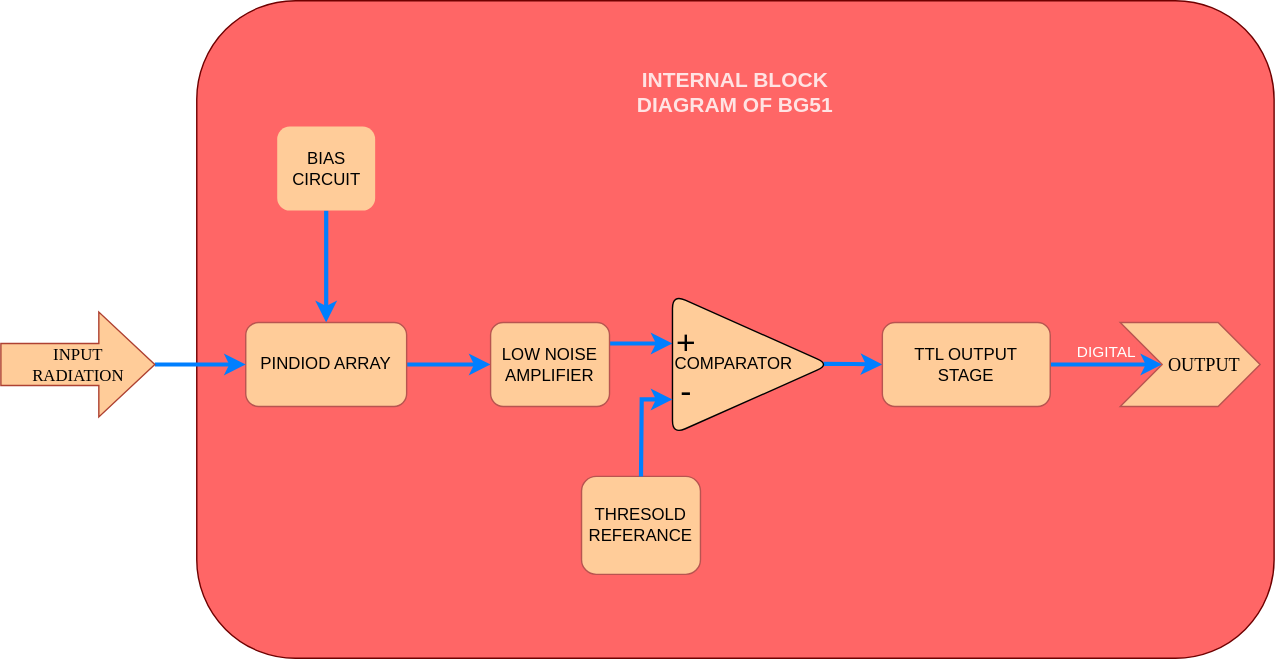
The draw.io diagram internal FBD.svg in vaishakh-v/NIRAMM, before a commit. Source tidied: cells renumbered, new cells last; positions are measured from the earlier drawing's top-left corner, leaving out a move shared by most shapes.
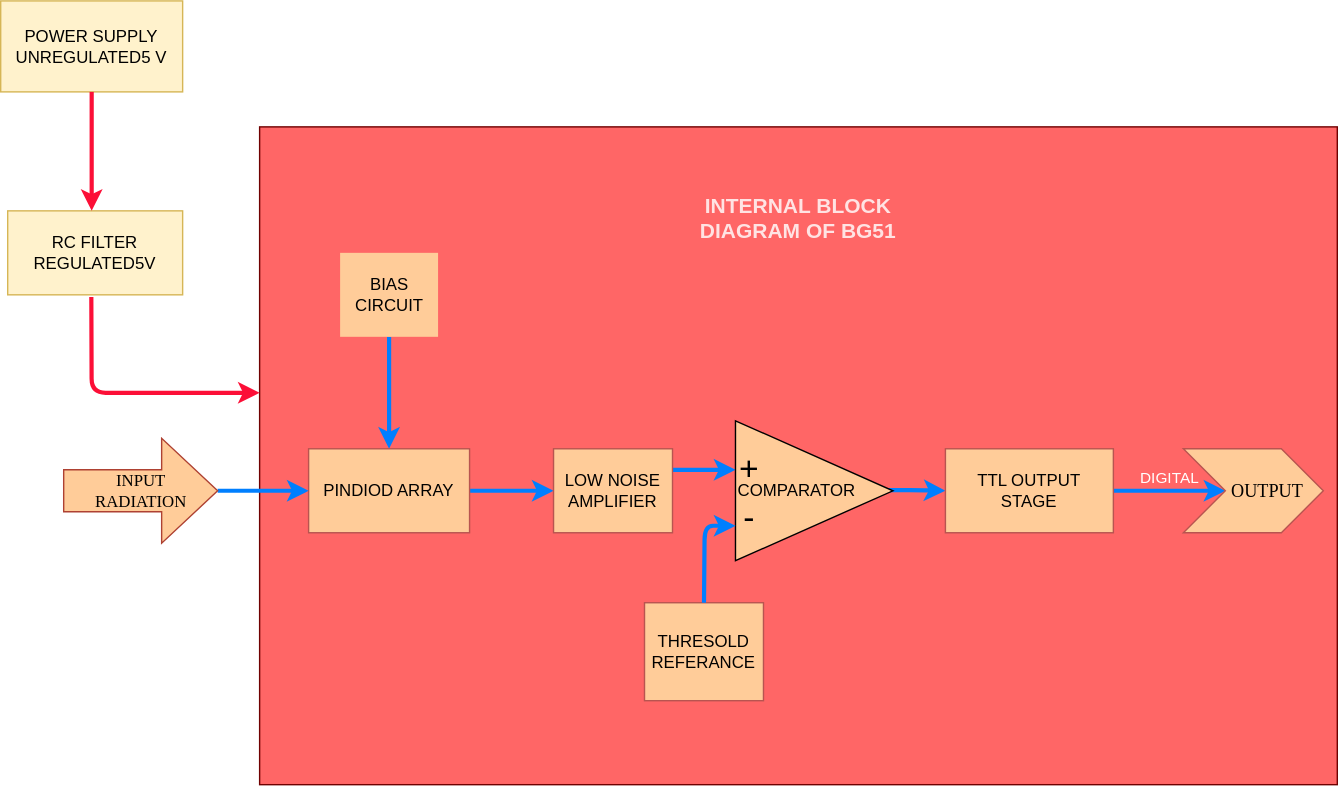
Later version of the same file.

What changed in the source:
```diff
@@ -2,66 +2,88 @@
   <root>
     <mxCell id="0" />
     <mxCell id="1" parent="0" />
-    <mxCell id="2" style="rounded=1;whiteSpace=wrap;html=1;strokeColor=#6F0000;fontColor=#ffffff;fontFamily=Times New Roman;fontSize=12;fillColor=#FF6666;" parent="1" vertex="1">
+    <mxCell id="2" style="whiteSpace=wrap;html=1;strokeColor=#6F0000;fontColor=#ffffff;fontFamily=Times New Roman;fontSize=12;fillColor=#FF6666;" parent="1" vertex="1">
       <mxGeometry x="140" width="770" height="470" as="geometry" />
     </mxCell>
-    <mxCell id="3" style="edgeStyle=orthogonalEdgeStyle;jettySize=auto;html=1;rounded=0;fillColor=#33FF33;strokeWidth=3;strokeColor=#007FFF;" parent="1" edge="1" source="4" target="6">
+    <mxCell id="3" style="edgeStyle=orthogonalEdgeStyle;jettySize=auto;html=1;fillColor=#33FF33;strokeWidth=3;strokeColor=#007FFF;" parent="1" edge="1" source="4" target="6">
       <mxGeometry relative="1" as="geometry" />
     </mxCell>
-    <mxCell id="4" value="BIAS CIRCUIT" style="rounded=1;whiteSpace=wrap;html=1;strokeColor=none;fillColor=#FFCC99;" parent="1" vertex="1">
+    <mxCell id="4" value="BIAS CIRCUIT" style="whiteSpace=wrap;html=1;strokeColor=none;fillColor=#FFCC99;" parent="1" vertex="1">
       <mxGeometry x="197.5" y="90" width="70" height="60" as="geometry" />
     </mxCell>
-    <mxCell id="5" style="edgeStyle=orthogonalEdgeStyle;jettySize=auto;html=1;strokeWidth=3;rounded=0;strokeColor=#007FFF;" parent="1" edge="1" source="6" target="8">
+    <mxCell id="5" style="edgeStyle=orthogonalEdgeStyle;jettySize=auto;html=1;strokeWidth=3;strokeColor=#007FFF;" parent="1" edge="1" source="6" target="8">
       <mxGeometry relative="1" as="geometry" />
     </mxCell>
-    <mxCell id="6" value="PINDIOD ARRAY" style="whiteSpace=wrap;html=1;rounded=1;strokeColor=#b85450;fillColor=#FFCC99;" parent="1" vertex="1">
+    <mxCell id="6" value="PINDIOD ARRAY" style="whiteSpace=wrap;html=1;strokeColor=#b85450;fillColor=#FFCC99;" parent="1" vertex="1">
       <mxGeometry x="175" y="230" width="115" height="60" as="geometry" />
     </mxCell>
-    <mxCell id="7" style="edgeStyle=orthogonalEdgeStyle;rounded=0;jettySize=auto;html=1;exitX=1;exitY=0.25;exitDx=0;exitDy=0;entryX=0;entryY=0.5;entryDx=0;entryDy=0;fontSize=15;fontColor=#000000;strokeWidth=3;fillColor=#33FF33;strokeColor=#007FFF;" parent="1" edge="1" source="8" target="16">
+    <mxCell id="7" style="edgeStyle=orthogonalEdgeStyle;jettySize=auto;html=1;exitX=1;exitY=0.25;exitDx=0;exitDy=0;entryX=0;entryY=0.5;entryDx=0;entryDy=0;fontSize=15;fontColor=#000000;strokeWidth=3;fillColor=#33FF33;strokeColor=#007FFF;" parent="1" edge="1" source="8" target="16">
       <mxGeometry relative="1" as="geometry" />
     </mxCell>
-    <mxCell id="8" value="LOW NOISE AMPLIFIER" style="whiteSpace=wrap;html=1;rounded=1;strokeColor=#b85450;fillColor=#FFCC99;" parent="1" vertex="1">
+    <mxCell id="8" value="LOW NOISE AMPLIFIER" style="whiteSpace=wrap;html=1;strokeColor=#b85450;fillColor=#FFCC99;" parent="1" vertex="1">
       <mxGeometry x="350" y="230" width="85" height="60" as="geometry" />
     </mxCell>
-    <mxCell id="9" style="edgeStyle=orthogonalEdgeStyle;jettySize=auto;html=1;strokeWidth=3;fillColor=#33FF33;exitX=0.959;exitY=0.496;exitDx=0;exitDy=0;exitPerimeter=0;rounded=0;strokeColor=#007FFF;" parent="1" edge="1" source="10" target="14">
+    <mxCell id="9" style="edgeStyle=orthogonalEdgeStyle;jettySize=auto;html=1;strokeWidth=3;fillColor=#33FF33;exitX=0.959;exitY=0.496;exitDx=0;exitDy=0;exitPerimeter=0;strokeColor=#007FFF;" parent="1" edge="1" source="10" target="14">
       <mxGeometry relative="1" as="geometry" />
     </mxCell>
-    <mxCell id="10" value="COMPARATOR" style="triangle;whiteSpace=wrap;html=1;rounded=1;align=left;fillColor=#FFCC99;" parent="1" vertex="1">
+    <mxCell id="10" value="COMPARATOR" style="triangle;whiteSpace=wrap;html=1;align=left;fillColor=#FFCC99;" parent="1" vertex="1">
       <mxGeometry x="480" y="210" width="112.5" height="100" as="geometry" />
     </mxCell>
-    <mxCell id="11" value="THRESOLD&lt;br&gt;REFERANCE" style="rounded=1;whiteSpace=wrap;html=1;strokeColor=#b85450;fillColor=#FFCC99;" parent="1" vertex="1">
+    <mxCell id="11" value="THRESOLD&lt;br&gt;REFERANCE" style="whiteSpace=wrap;html=1;strokeColor=#b85450;fillColor=#FFCC99;" parent="1" vertex="1">
       <mxGeometry x="415" y="340" width="85" height="70" as="geometry" />
     </mxCell>
-    <mxCell id="12" style="endArrow=classic;html=1;fillColor=#33FF33;entryX=0;entryY=0.75;entryDx=0;entryDy=0;exitX=0.5;exitY=0;exitDx=0;exitDy=0;rounded=0;strokeWidth=3;strokeColor=#007FFF;" parent="1" edge="1" source="11" target="10">
+    <mxCell id="12" style="endArrow=classic;html=1;fillColor=#33FF33;entryX=0;entryY=0.75;entryDx=0;entryDy=0;exitX=0.5;exitY=0;exitDx=0;exitDy=0;strokeWidth=3;strokeColor=#007FFF;" parent="1" edge="1" source="11" target="10">
       <mxGeometry relative="1" as="geometry">
         <Array as="points">
           <mxPoint x="458" y="285" />
         </Array>
       </mxGeometry>
     </mxCell>
-    <mxCell id="13" value="DIGITAL" style="edgeStyle=orthogonalEdgeStyle;rounded=0;jettySize=auto;html=1;strokeWidth=3;fillColor=#33FF33;labelPosition=center;verticalLabelPosition=top;align=center;verticalAlign=bottom;labelBackgroundColor=#FF6666;entryX=0;entryY=0.5;entryDx=30;entryDy=0;entryPerimeter=0;fontColor=#FFFFFF;fontStyle=0;strokeColor=#007FFF;" parent="1" edge="1" source="14" target="18">
+    <mxCell id="13" value="DIGITAL" style="edgeStyle=orthogonalEdgeStyle;jettySize=auto;html=1;strokeWidth=3;fillColor=#33FF33;labelPosition=center;verticalLabelPosition=top;align=center;verticalAlign=bottom;labelBackgroundColor=#FF6666;entryX=0;entryY=0.5;entryDx=30;entryDy=0;entryPerimeter=0;fontColor=#FFFFFF;fontStyle=0;strokeColor=#007FFF;" parent="1" edge="1" source="14" target="18">
       <mxGeometry relative="1" as="geometry" />
     </mxCell>
-    <mxCell id="14" value="&lt;div&gt;&lt;span&gt;TTL OUTPUT&lt;/span&gt;&lt;/div&gt;&lt;div&gt;&lt;span&gt;STAGE&lt;/span&gt;&lt;/div&gt;" style="whiteSpace=wrap;html=1;rounded=1;align=center;strokeColor=#b85450;fillColor=#FFCC99;" parent="1" vertex="1">
+    <mxCell id="14" value="&lt;div&gt;&lt;span&gt;TTL OUTPUT&lt;/span&gt;&lt;/div&gt;&lt;div&gt;&lt;span&gt;STAGE&lt;/span&gt;&lt;/div&gt;" style="whiteSpace=wrap;html=1;align=center;strokeColor=#b85450;fillColor=#FFCC99;" parent="1" vertex="1">
       <mxGeometry x="630" y="230" width="120" height="60" as="geometry" />
     </mxCell>
-    <mxCell id="15" value="INTERNAL BLOCK DIAGRAM OF BG51" style="text;html=1;strokeColor=none;fillColor=none;align=center;verticalAlign=middle;whiteSpace=wrap;rounded=0;fontColor=#FFE3E3;fontStyle=1;fontSize=15;" parent="1" vertex="1">
+    <mxCell id="15" value="INTERNAL BLOCK DIAGRAM OF BG51" style="text;html=1;strokeColor=none;fillColor=none;align=center;verticalAlign=middle;whiteSpace=wrap;fontColor=#FFE3E3;fontStyle=1;fontSize=15;" parent="1" vertex="1">
       <mxGeometry x="426.2" y="20" width="197.5" height="90" as="geometry" />
     </mxCell>
-    <mxCell id="16" value="&lt;font style=&quot;font-size: 24px&quot;&gt;+&lt;/font&gt;" style="text;html=1;strokeColor=none;fillColor=none;align=center;verticalAlign=middle;whiteSpace=wrap;rounded=0;fontSize=15;" parent="1" vertex="1">
+    <mxCell id="16" value="&lt;font style=&quot;font-size: 24px&quot;&gt;+&lt;/font&gt;" style="text;html=1;strokeColor=none;fillColor=none;align=center;verticalAlign=middle;whiteSpace=wrap;fontSize=15;" parent="1" vertex="1">
       <mxGeometry x="480" y="230" width="20" height="30" as="geometry" />
     </mxCell>
-    <mxCell id="17" value="-" style="text;html=1;strokeColor=none;fillColor=none;align=center;verticalAlign=middle;whiteSpace=wrap;rounded=0;fontSize=24;fontColor=#000000;" parent="1" vertex="1">
+    <mxCell id="17" value="-" style="text;html=1;strokeColor=none;fillColor=none;align=center;verticalAlign=middle;whiteSpace=wrap;fontSize=24;fontColor=#000000;" parent="1" vertex="1">
       <mxGeometry x="485" y="270" width="10" height="20" as="geometry" />
     </mxCell>
     <mxCell id="18" value="&lt;font style=&quot;font-size: 13px&quot;&gt;&amp;nbsp; &amp;nbsp; &amp;nbsp; OUTPUT&lt;/font&gt;" style="html=1;shadow=0;dashed=0;align=center;verticalAlign=middle;shape=mxgraph.arrows2.arrow;dy=0;dx=30;notch=30;strokeColor=#b85450;fontFamily=Times New Roman;textDirection=ltr;fillColor=#FFCC99;" parent="1" vertex="1">
       <mxGeometry x="800" y="230" width="100" height="60" as="geometry" />
     </mxCell>
-    <mxCell id="19" style="edgeStyle=orthogonalEdgeStyle;rounded=0;jettySize=auto;html=1;exitX=1;exitY=0.5;exitDx=0;exitDy=0;exitPerimeter=0;entryX=0;entryY=0.5;entryDx=0;entryDy=0;labelBackgroundColor=#FF6666;fontColor=#FFFFFF;strokeColor=#007FFF;strokeWidth=3;fillColor=#FFCC99;" parent="1" edge="1" source="20" target="6">
+    <mxCell id="19" style="edgeStyle=orthogonalEdgeStyle;jettySize=auto;html=1;exitX=1;exitY=0.5;exitDx=0;exitDy=0;exitPerimeter=0;entryX=0;entryY=0.5;entryDx=0;entryDy=0;labelBackgroundColor=#FF6666;fontColor=#FFFFFF;strokeColor=#007FFF;strokeWidth=3;fillColor=#FFCC99;" parent="1" edge="1" source="20" target="6">
       <mxGeometry relative="1" as="geometry" />
     </mxCell>
     <mxCell id="20" value="INPUT&lt;br&gt;RADIATION" style="html=1;shadow=0;dashed=0;align=center;verticalAlign=middle;shape=mxgraph.arrows2.arrow;dy=0.6;dx=40;notch=0;fontFamily=Times New Roman;fontSize=12;strokeColor=#ae4132;fillColor=#FFCC99;" parent="1" vertex="1">
       <mxGeometry y="222.5" width="110" height="75" as="geometry" />
     </mxCell>
+    <mxCell id="21" value="POWER SUPPLY&lt;br&gt;UNREGULATED5 V" style="whiteSpace=wrap;html=1;fillColor=#fff2cc;strokeColor=#d6b656;" parent="1" vertex="1">
+      <mxGeometry x="-45" y="-90" width="130" height="65" as="geometry" />
+    </mxCell>
+    <mxCell id="22" value="RC FILTER&lt;br&gt;REGULATED5V" style="whiteSpace=wrap;html=1;fillColor=#fff2cc;strokeColor=#d6b656;" parent="1" vertex="1">
+      <mxGeometry x="-40" y="60" width="125" height="60" as="geometry" />
+    </mxCell>
+    <mxCell id="23" style="endArrow=classic;html=1;strokeColor=#FC0F37;strokeWidth=3;exitX=0.5;exitY=1;exitDx=0;exitDy=0;" parent="1" edge="1" source="21">
+      <mxGeometry relative="1" as="geometry">
+        <mxPoint x="20" y="60" as="targetPoint" />
+        <Array as="points">
+          <mxPoint x="20" y="40" />
+        </Array>
+      </mxGeometry>
+    </mxCell>
+    <mxCell id="24" style="endArrow=classic;html=1;strokeColor=#FC0F37;strokeWidth=3;exitX=0.478;exitY=1.027;exitDx=0;exitDy=0;exitPerimeter=0;" parent="1" edge="1" source="22">
+      <mxGeometry relative="1" as="geometry">
+        <mxPoint x="140" y="190" as="targetPoint" />
+        <Array as="points">
+          <mxPoint x="20" y="190" />
+        </Array>
+      </mxGeometry>
+    </mxCell>
   </root>
 </mxGraphModel>
```
